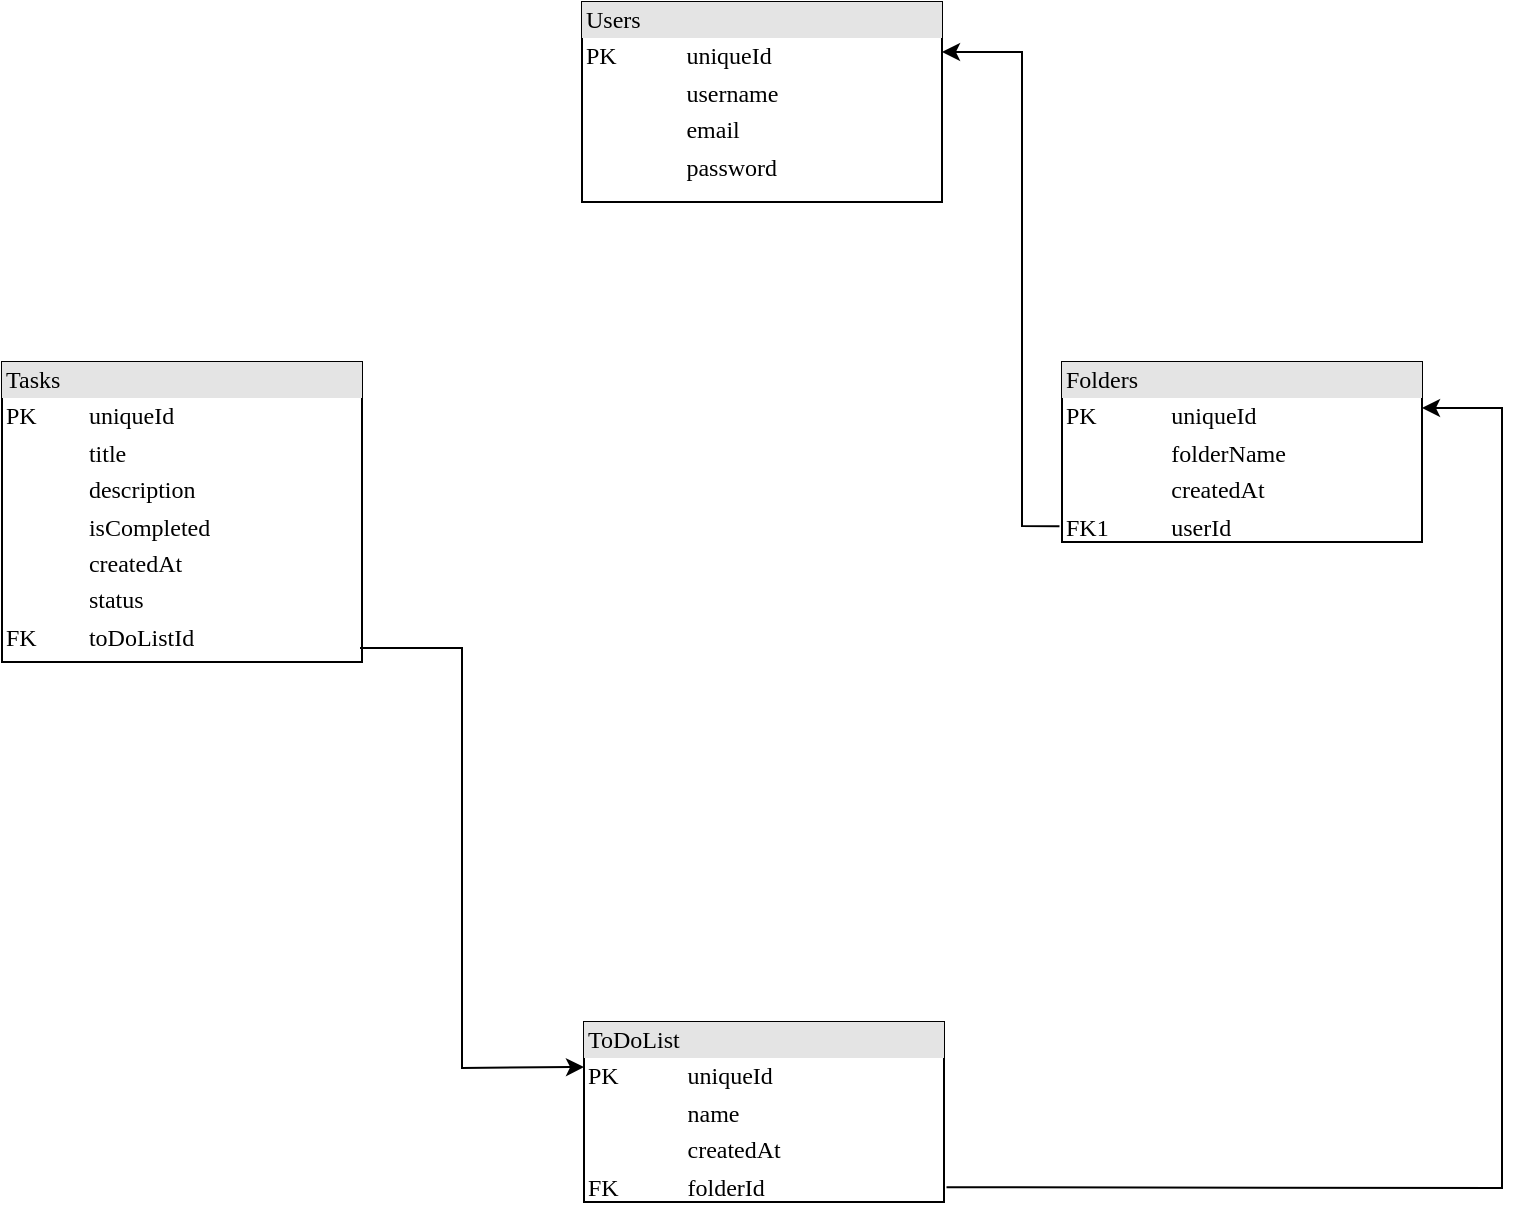
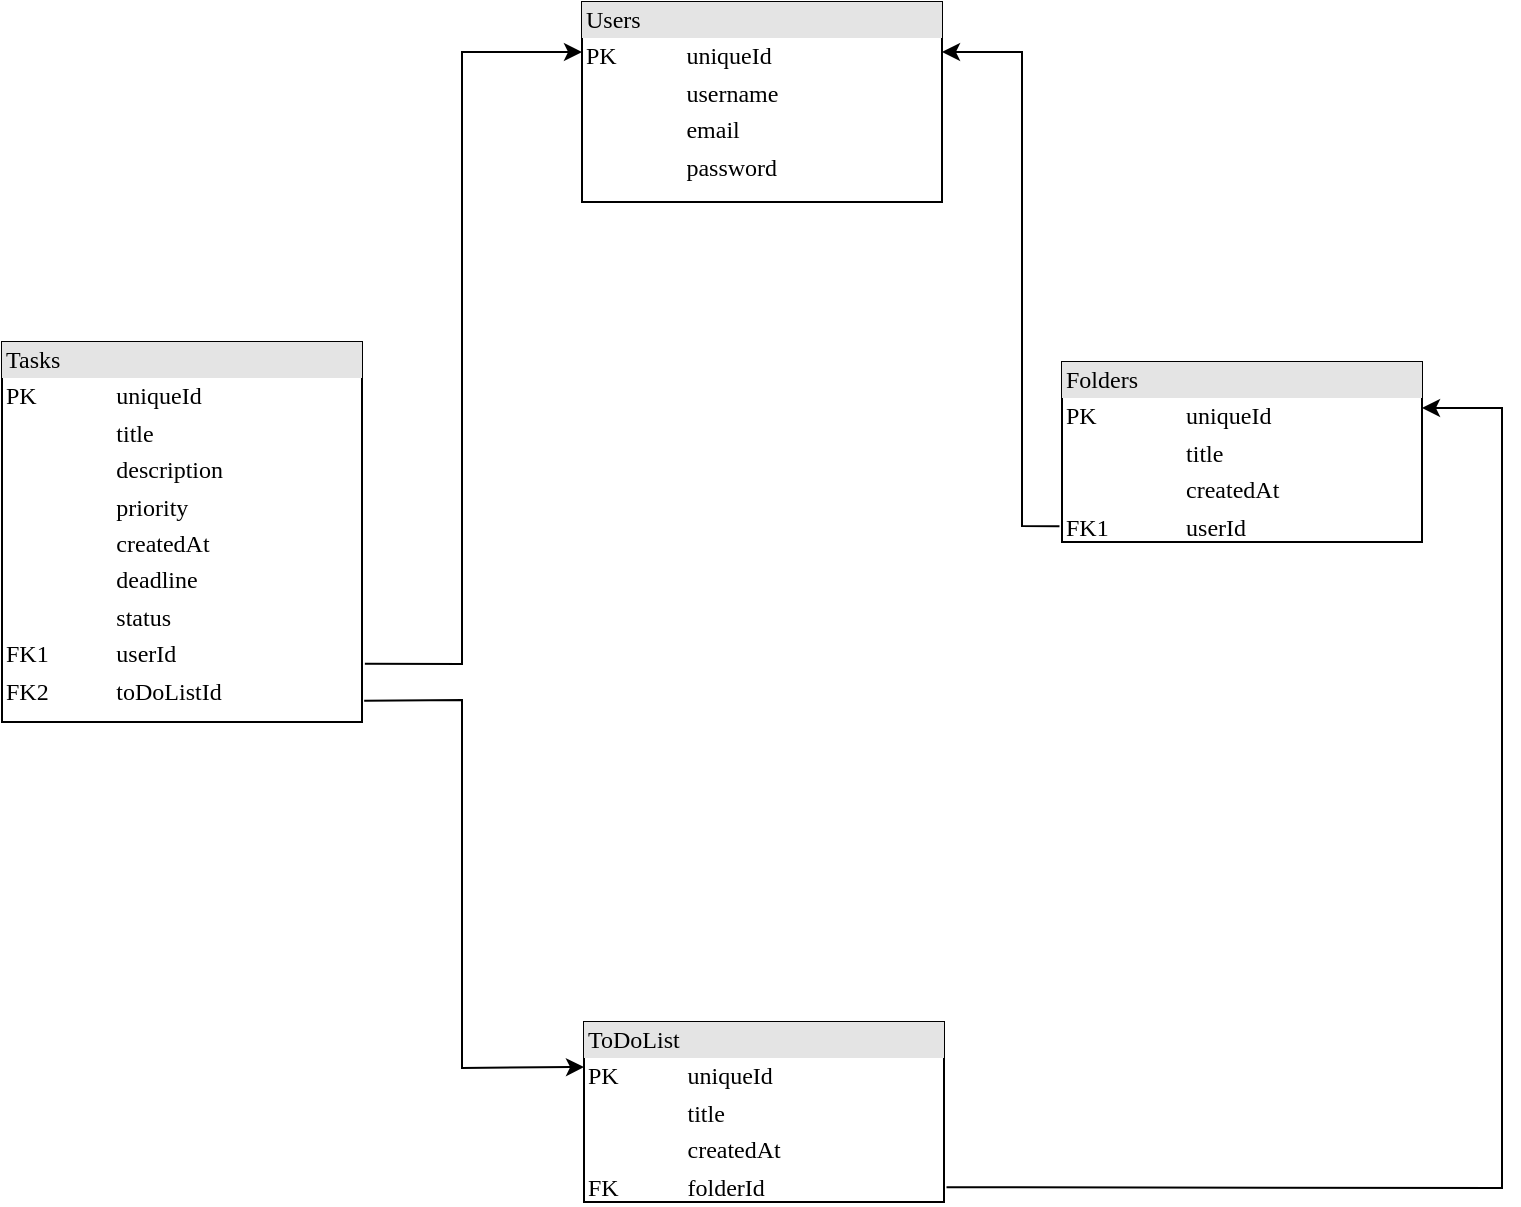
<mxfile host="app.diagrams.net" agent="Mozilla/5.0 (Windows NT 10.0; Win64; x64) AppleWebKit/537.36 (KHTML, like Gecko) Chrome/129.0.0.0 Safari/537.36" version="24.7.17">
  <diagram name="Page-1" id="2ca16b54-16f6-2749-3443-fa8db7711227">
-     <mxGraphModel dx="1235" dy="661" grid="1" gridSize="10" guides="1" tooltips="1" connect="1" arrows="1" fold="1" page="1" pageScale="1" pageWidth="1100" pageHeight="850" background="none" math="0" shadow="0">
+     <mxGraphModel dx="764" dy="440" grid="1" gridSize="10" guides="1" tooltips="1" connect="1" arrows="1" fold="1" page="1" pageScale="1" pageWidth="1100" pageHeight="850" background="none" math="0" shadow="0">
      <root>
        <mxCell id="0" />
        <mxCell id="1" parent="0" />
        <mxCell id="2ed32ef02a7f4228-2" value="&lt;div style=&quot;box-sizing: border-box ; width: 100% ; background: #e4e4e4 ; padding: 2px&quot;&gt;Users&lt;/div&gt;&lt;table style=&quot;width: 100% ; font-size: 1em&quot; cellpadding=&quot;2&quot; cellspacing=&quot;0&quot;&gt;&lt;tbody&gt;&lt;tr&gt;&lt;td&gt;PK&lt;/td&gt;&lt;td&gt;uniqueId&lt;/td&gt;&lt;/tr&gt;&lt;tr&gt;&lt;td&gt;&lt;br&gt;&lt;/td&gt;&lt;td&gt;username&lt;/td&gt;&lt;/tr&gt;&lt;tr&gt;&lt;td&gt;&lt;/td&gt;&lt;td&gt;email&lt;/td&gt;&lt;/tr&gt;&lt;tr&gt;&lt;td&gt;&lt;br&gt;&lt;/td&gt;&lt;td&gt;password&lt;br&gt;&lt;/td&gt;&lt;/tr&gt;&lt;tr&gt;&lt;td&gt;&lt;br&gt;&lt;/td&gt;&lt;td&gt;&lt;br&gt;&lt;/td&gt;&lt;/tr&gt;&lt;tr&gt;&lt;td&gt;&lt;br&gt;&lt;/td&gt;&lt;td&gt;&lt;br&gt;&lt;/td&gt;&lt;/tr&gt;&lt;/tbody&gt;&lt;/table&gt;" style="verticalAlign=top;align=left;overflow=fill;html=1;rounded=0;shadow=0;comic=0;labelBackgroundColor=none;strokeWidth=1;fontFamily=Verdana;fontSize=12" parent="1" vertex="1">
          <mxGeometry x="460" y="100" width="180" height="100" as="geometry" />
        </mxCell>
-         <mxCell id="2ed32ef02a7f4228-8" value="&lt;div style=&quot;box-sizing: border-box ; width: 100% ; background: #e4e4e4 ; padding: 2px&quot;&gt;Folders&lt;/div&gt;&lt;table style=&quot;width: 100% ; font-size: 1em&quot; cellpadding=&quot;2&quot; cellspacing=&quot;0&quot;&gt;&lt;tbody&gt;&lt;tr&gt;&lt;td&gt;PK&lt;/td&gt;&lt;td&gt;uniqueId&lt;/td&gt;&lt;/tr&gt;&lt;tr&gt;&lt;td&gt;&lt;br&gt;&lt;/td&gt;&lt;td&gt;folderName&lt;/td&gt;&lt;/tr&gt;&lt;tr&gt;&lt;td&gt;&lt;/td&gt;&lt;td&gt;createdAt&lt;/td&gt;&lt;/tr&gt;&lt;tr&gt;&lt;td&gt;FK1&lt;br&gt;&lt;/td&gt;&lt;td&gt;userId&lt;br&gt;&lt;/td&gt;&lt;/tr&gt;&lt;tr&gt;&lt;td&gt;&lt;br&gt;&lt;/td&gt;&lt;td&gt;&lt;br&gt;&lt;/td&gt;&lt;/tr&gt;&lt;tr&gt;&lt;td&gt;&lt;/td&gt;&lt;td&gt;&lt;br&gt;&lt;/td&gt;&lt;/tr&gt;&lt;/tbody&gt;&lt;/table&gt;" style="verticalAlign=top;align=left;overflow=fill;html=1;rounded=0;shadow=0;comic=0;labelBackgroundColor=none;strokeWidth=1;fontFamily=Verdana;fontSize=12" parent="1" vertex="1">
+         <mxCell id="2ed32ef02a7f4228-8" value="&lt;div style=&quot;box-sizing: border-box ; width: 100% ; background: #e4e4e4 ; padding: 2px&quot;&gt;Folders&lt;/div&gt;&lt;table style=&quot;width: 100% ; font-size: 1em&quot; cellpadding=&quot;2&quot; cellspacing=&quot;0&quot;&gt;&lt;tbody&gt;&lt;tr&gt;&lt;td&gt;PK&lt;/td&gt;&lt;td&gt;uniqueId&lt;/td&gt;&lt;/tr&gt;&lt;tr&gt;&lt;td&gt;&lt;br&gt;&lt;/td&gt;&lt;td&gt;title&lt;/td&gt;&lt;/tr&gt;&lt;tr&gt;&lt;td&gt;&lt;/td&gt;&lt;td&gt;createdAt&lt;/td&gt;&lt;/tr&gt;&lt;tr&gt;&lt;td&gt;FK1&lt;br&gt;&lt;/td&gt;&lt;td&gt;userId&lt;br&gt;&lt;/td&gt;&lt;/tr&gt;&lt;tr&gt;&lt;td&gt;&lt;br&gt;&lt;/td&gt;&lt;td&gt;&lt;br&gt;&lt;/td&gt;&lt;/tr&gt;&lt;tr&gt;&lt;td&gt;&lt;/td&gt;&lt;td&gt;&lt;br&gt;&lt;/td&gt;&lt;/tr&gt;&lt;/tbody&gt;&lt;/table&gt;" style="verticalAlign=top;align=left;overflow=fill;html=1;rounded=0;shadow=0;comic=0;labelBackgroundColor=none;strokeWidth=1;fontFamily=Verdana;fontSize=12" parent="1" vertex="1">
          <mxGeometry x="700" y="280" width="180" height="90" as="geometry" />
        </mxCell>
-         <mxCell id="MN_2vyzA8IRYsoxd5eK1-1" value="&lt;div style=&quot;box-sizing: border-box ; width: 100% ; background: #e4e4e4 ; padding: 2px&quot;&gt;ToDoList&lt;/div&gt;&lt;table style=&quot;width: 100% ; font-size: 1em&quot; cellpadding=&quot;2&quot; cellspacing=&quot;0&quot;&gt;&lt;tbody&gt;&lt;tr&gt;&lt;td&gt;PK&lt;/td&gt;&lt;td&gt;uniqueId&lt;/td&gt;&lt;/tr&gt;&lt;tr&gt;&lt;td&gt;&lt;br&gt;&lt;/td&gt;&lt;td&gt;name&lt;/td&gt;&lt;/tr&gt;&lt;tr&gt;&lt;td&gt;&lt;/td&gt;&lt;td&gt;createdAt&lt;/td&gt;&lt;/tr&gt;&lt;tr&gt;&lt;td&gt;FK&lt;/td&gt;&lt;td&gt;folderId&lt;br&gt;&lt;/td&gt;&lt;/tr&gt;&lt;tr&gt;&lt;td&gt;&lt;br&gt;&lt;/td&gt;&lt;td&gt;&lt;br&gt;&lt;/td&gt;&lt;/tr&gt;&lt;/tbody&gt;&lt;/table&gt;" style="verticalAlign=top;align=left;overflow=fill;html=1;rounded=0;shadow=0;comic=0;labelBackgroundColor=none;strokeWidth=1;fontFamily=Verdana;fontSize=12" vertex="1" parent="1">
+         <mxCell id="MN_2vyzA8IRYsoxd5eK1-1" value="&lt;div style=&quot;box-sizing: border-box ; width: 100% ; background: #e4e4e4 ; padding: 2px&quot;&gt;ToDoList&lt;/div&gt;&lt;table style=&quot;width: 100% ; font-size: 1em&quot; cellpadding=&quot;2&quot; cellspacing=&quot;0&quot;&gt;&lt;tbody&gt;&lt;tr&gt;&lt;td&gt;PK&lt;/td&gt;&lt;td&gt;uniqueId&lt;/td&gt;&lt;/tr&gt;&lt;tr&gt;&lt;td&gt;&lt;br&gt;&lt;/td&gt;&lt;td&gt;title&lt;/td&gt;&lt;/tr&gt;&lt;tr&gt;&lt;td&gt;&lt;/td&gt;&lt;td&gt;createdAt&lt;/td&gt;&lt;/tr&gt;&lt;tr&gt;&lt;td&gt;FK&lt;/td&gt;&lt;td&gt;folderId&lt;br&gt;&lt;/td&gt;&lt;/tr&gt;&lt;tr&gt;&lt;td&gt;&lt;br&gt;&lt;/td&gt;&lt;td&gt;&lt;br&gt;&lt;/td&gt;&lt;/tr&gt;&lt;/tbody&gt;&lt;/table&gt;" style="verticalAlign=top;align=left;overflow=fill;html=1;rounded=0;shadow=0;comic=0;labelBackgroundColor=none;strokeWidth=1;fontFamily=Verdana;fontSize=12" parent="1" vertex="1">
          <mxGeometry x="461" y="610" width="180" height="90" as="geometry" />
        </mxCell>
-         <mxCell id="MN_2vyzA8IRYsoxd5eK1-3" value="&lt;div style=&quot;box-sizing: border-box ; width: 100% ; background: #e4e4e4 ; padding: 2px&quot;&gt;Tasks&lt;/div&gt;&lt;table style=&quot;width: 100% ; font-size: 1em&quot; cellpadding=&quot;2&quot; cellspacing=&quot;0&quot;&gt;&lt;tbody&gt;&lt;tr&gt;&lt;td&gt;PK&lt;/td&gt;&lt;td&gt;uniqueId&lt;/td&gt;&lt;/tr&gt;&lt;tr&gt;&lt;td&gt;&lt;br&gt;&lt;/td&gt;&lt;td&gt;title&lt;/td&gt;&lt;/tr&gt;&lt;tr&gt;&lt;td&gt;&lt;/td&gt;&lt;td&gt;description&lt;/td&gt;&lt;/tr&gt;&lt;tr&gt;&lt;td&gt;&lt;br&gt;&lt;/td&gt;&lt;td&gt;isCompleted&lt;/td&gt;&lt;/tr&gt;&lt;tr&gt;&lt;td&gt;&lt;br&gt;&lt;/td&gt;&lt;td&gt;createdAt&lt;/td&gt;&lt;/tr&gt;&lt;tr&gt;&lt;td&gt;&lt;br&gt;&lt;/td&gt;&lt;td&gt;status&lt;br&gt;&lt;/td&gt;&lt;/tr&gt;&lt;tr&gt;&lt;td&gt;FK&lt;br&gt;&lt;/td&gt;&lt;td&gt;toDoListId&lt;br&gt;&lt;/td&gt;&lt;/tr&gt;&lt;tr&gt;&lt;td&gt;&lt;/td&gt;&lt;td&gt;&lt;br&gt;&lt;/td&gt;&lt;/tr&gt;&lt;/tbody&gt;&lt;/table&gt;" style="verticalAlign=top;align=left;overflow=fill;html=1;rounded=0;shadow=0;comic=0;labelBackgroundColor=none;strokeWidth=1;fontFamily=Verdana;fontSize=12" vertex="1" parent="1">
-           <mxGeometry x="170" y="280" width="180" height="150" as="geometry" />
-         </mxCell>
-         <mxCell id="MN_2vyzA8IRYsoxd5eK1-4" value="" style="endArrow=classic;html=1;rounded=0;entryX=0;entryY=0.25;entryDx=0;entryDy=0;" edge="1" parent="1" target="MN_2vyzA8IRYsoxd5eK1-1">
+         <mxCell id="MN_2vyzA8IRYsoxd5eK1-4" value="" style="endArrow=classic;html=1;rounded=0;entryX=0;entryY=0.25;entryDx=0;entryDy=0;exitX=1.006;exitY=0.941;exitDx=0;exitDy=0;exitPerimeter=0;" parent="1" target="MN_2vyzA8IRYsoxd5eK1-1" edge="1">
          <mxGeometry width="50" height="50" relative="1" as="geometry">
-             <mxPoint x="349" y="423" as="sourcePoint" />
+             <mxPoint x="351.0799999999999" y="449.38" as="sourcePoint" />
            <mxPoint x="420" y="270" as="targetPoint" />
            <Array as="points">
-               <mxPoint x="400" y="423" />
+               <mxPoint x="400" y="449" />
              <mxPoint x="400" y="633" />
            </Array>
          </mxGeometry>
        </mxCell>
-         <mxCell id="MN_2vyzA8IRYsoxd5eK1-5" value="" style="endArrow=classic;html=1;rounded=0;entryX=1;entryY=0.25;entryDx=0;entryDy=0;exitX=-0.007;exitY=0.913;exitDx=0;exitDy=0;exitPerimeter=0;" edge="1" parent="1" source="2ed32ef02a7f4228-8" target="2ed32ef02a7f4228-2">
+         <mxCell id="MN_2vyzA8IRYsoxd5eK1-5" value="" style="endArrow=classic;html=1;rounded=0;entryX=1;entryY=0.25;entryDx=0;entryDy=0;exitX=-0.007;exitY=0.913;exitDx=0;exitDy=0;exitPerimeter=0;" parent="1" source="2ed32ef02a7f4228-8" target="2ed32ef02a7f4228-2" edge="1">
          <mxGeometry width="50" height="50" relative="1" as="geometry">
            <mxPoint x="680" y="360" as="sourcePoint" />
            <mxPoint x="700" y="260" as="targetPoint" />
            <Array as="points">
              <mxPoint x="680" y="362" />
              <mxPoint x="680" y="125" />
            </Array>
          </mxGeometry>
        </mxCell>
-         <mxCell id="MN_2vyzA8IRYsoxd5eK1-6" value="" style="endArrow=classic;html=1;rounded=0;exitX=1.007;exitY=0.918;exitDx=0;exitDy=0;exitPerimeter=0;" edge="1" parent="1" source="MN_2vyzA8IRYsoxd5eK1-1">
+         <mxCell id="MN_2vyzA8IRYsoxd5eK1-6" value="" style="endArrow=classic;html=1;rounded=0;exitX=1.007;exitY=0.918;exitDx=0;exitDy=0;exitPerimeter=0;" parent="1" source="MN_2vyzA8IRYsoxd5eK1-1" edge="1">
          <mxGeometry width="50" height="50" relative="1" as="geometry">
            <mxPoint x="750" y="700" as="sourcePoint" />
            <mxPoint x="880" y="303" as="targetPoint" />
            <Array as="points">
              <mxPoint x="920" y="693" />
              <mxPoint x="920" y="303" />
            </Array>
          </mxGeometry>
        </mxCell>
+         <mxCell id="zENo132sIPUU4ascjUk0-29" value="&lt;div style=&quot;box-sizing: border-box ; width: 100% ; background: #e4e4e4 ; padding: 2px&quot;&gt;Tasks&lt;/div&gt;&lt;table style=&quot;width: 100% ; font-size: 1em&quot; cellpadding=&quot;2&quot; cellspacing=&quot;0&quot;&gt;&lt;tbody&gt;&lt;tr&gt;&lt;td&gt;PK&lt;/td&gt;&lt;td&gt;uniqueId&lt;/td&gt;&lt;/tr&gt;&lt;tr&gt;&lt;td&gt;&lt;br&gt;&lt;/td&gt;&lt;td&gt;title&lt;/td&gt;&lt;/tr&gt;&lt;tr&gt;&lt;td&gt;&lt;/td&gt;&lt;td&gt;description&lt;/td&gt;&lt;/tr&gt;&lt;tr&gt;&lt;td&gt;&lt;br&gt;&lt;/td&gt;&lt;td&gt;priority&lt;br&gt;&lt;/td&gt;&lt;/tr&gt;&lt;tr&gt;&lt;td&gt;&lt;br&gt;&lt;/td&gt;&lt;td&gt;createdAt&lt;br&gt;&lt;/td&gt;&lt;/tr&gt;&lt;tr&gt;&lt;td&gt;&lt;br&gt;&lt;/td&gt;&lt;td&gt;deadline&lt;br&gt;&lt;/td&gt;&lt;/tr&gt;&lt;tr&gt;&lt;td&gt;&lt;br&gt;&lt;/td&gt;&lt;td&gt;status&lt;br&gt;&lt;/td&gt;&lt;/tr&gt;&lt;tr&gt;&lt;td&gt;FK1&lt;br&gt;&lt;/td&gt;&lt;td&gt;userId&lt;br&gt;&lt;/td&gt;&lt;/tr&gt;&lt;tr&gt;&lt;td&gt;FK2&lt;br&gt;&lt;/td&gt;&lt;td&gt;toDoListId&lt;br&gt;&lt;/td&gt;&lt;/tr&gt;&lt;tr&gt;&lt;td&gt;&lt;br&gt;&lt;/td&gt;&lt;td&gt;&lt;br&gt;&lt;/td&gt;&lt;/tr&gt;&lt;tr&gt;&lt;td&gt;&lt;/td&gt;&lt;td&gt;&lt;br&gt;&lt;/td&gt;&lt;/tr&gt;&lt;/tbody&gt;&lt;/table&gt;" style="verticalAlign=top;align=left;overflow=fill;html=1;rounded=0;shadow=0;comic=0;labelBackgroundColor=none;strokeWidth=1;fontFamily=Verdana;fontSize=12" vertex="1" parent="1">
+           <mxGeometry x="170" y="270" width="180" height="190" as="geometry" />
+         </mxCell>
+         <mxCell id="zENo132sIPUU4ascjUk0-30" value="" style="endArrow=classic;html=1;rounded=0;exitX=1.008;exitY=0.847;exitDx=0;exitDy=0;exitPerimeter=0;entryX=0;entryY=0.25;entryDx=0;entryDy=0;" edge="1" parent="1" source="zENo132sIPUU4ascjUk0-29" target="2ed32ef02a7f4228-2">
+           <mxGeometry width="50" height="50" relative="1" as="geometry">
+             <mxPoint x="380" y="410" as="sourcePoint" />
+             <mxPoint x="430" y="360" as="targetPoint" />
+             <Array as="points">
+               <mxPoint x="400" y="431" />
+               <mxPoint x="400" y="125" />
+             </Array>
+           </mxGeometry>
+         </mxCell>
      </root>
    </mxGraphModel>
  </diagram>
</mxfile>
